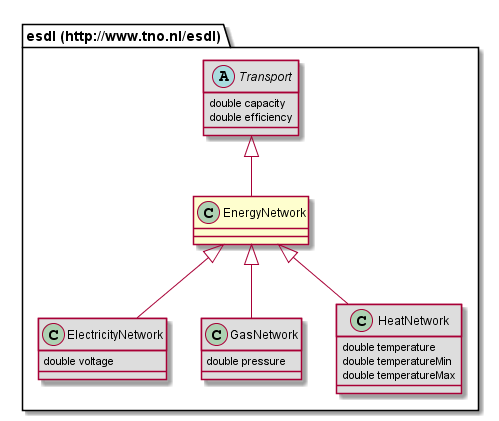
Above: 687474703a2f2f7777772e746e6f2e6e6c2f6573646c/EnergyNetwork.png in EnergyTransition/energytransition.github.io (PlantUML), before the change.
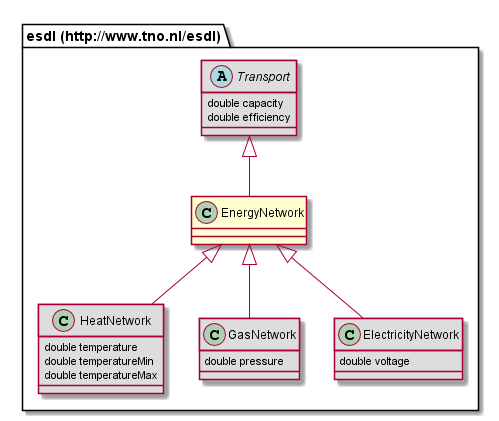
After the change.

Change to the diagram source:
```diff
@@ -1,11 +1,5 @@
 @startuml
 class "esdl (http://www.tno.nl/esdl).EnergyNetwork" [[#router/doc-content/687474703a2f2f7777772e746e6f2e6e6c2f6573646c/EnergyNetwork.html]] {
-}
-class "esdl (http://www.tno.nl/esdl).ElectricityNetwork" [[#router/doc-content/687474703a2f2f7777772e746e6f2e6e6c2f6573646c/ElectricityNetwork.html{Describes an complete Electricty network, without detailing the complete topology. }]] #DDDDDD {
-	double voltage
-}
-class "esdl (http://www.tno.nl/esdl).GasNetwork" [[#router/doc-content/687474703a2f2f7777772e746e6f2e6e6c2f6573646c/GasNetwork.html{Describes an complete gas network, without detailing the complete topology. }]] #DDDDDD {
-	double pressure
 }
 abstract class "esdl (http://www.tno.nl/esdl).Transport" [[#router/doc-content/687474703a2f2f7777772e746e6f2e6e6c2f6573646c/Transport.html{An abstract class that describes EnergyAssets that can transport energy. }]] #DDDDDD {
 	double capacity
@@ -16,8 +10,14 @@
 	double temperatureMin
 	double temperatureMax
 }
-"esdl (http://www.tno.nl/esdl).EnergyNetwork" <|-- "esdl (http://www.tno.nl/esdl).ElectricityNetwork"
+class "esdl (http://www.tno.nl/esdl).GasNetwork" [[#router/doc-content/687474703a2f2f7777772e746e6f2e6e6c2f6573646c/GasNetwork.html{Describes an complete gas network, without detailing the complete topology. }]] #DDDDDD {
+	double pressure
+}
+class "esdl (http://www.tno.nl/esdl).ElectricityNetwork" [[#router/doc-content/687474703a2f2f7777772e746e6f2e6e6c2f6573646c/ElectricityNetwork.html{Describes an complete Electricty network, without detailing the complete topology. }]] #DDDDDD {
+	double voltage
+}
+"esdl (http://www.tno.nl/esdl).EnergyNetwork" <|-- "esdl (http://www.tno.nl/esdl).HeatNetwork"
 "esdl (http://www.tno.nl/esdl).EnergyNetwork" <|-- "esdl (http://www.tno.nl/esdl).GasNetwork"
 "esdl (http://www.tno.nl/esdl).Transport" <|-- "esdl (http://www.tno.nl/esdl).EnergyNetwork"
-"esdl (http://www.tno.nl/esdl).EnergyNetwork" <|-- "esdl (http://www.tno.nl/esdl).HeatNetwork"
+"esdl (http://www.tno.nl/esdl).EnergyNetwork" <|-- "esdl (http://www.tno.nl/esdl).ElectricityNetwork"
 @enduml
```
